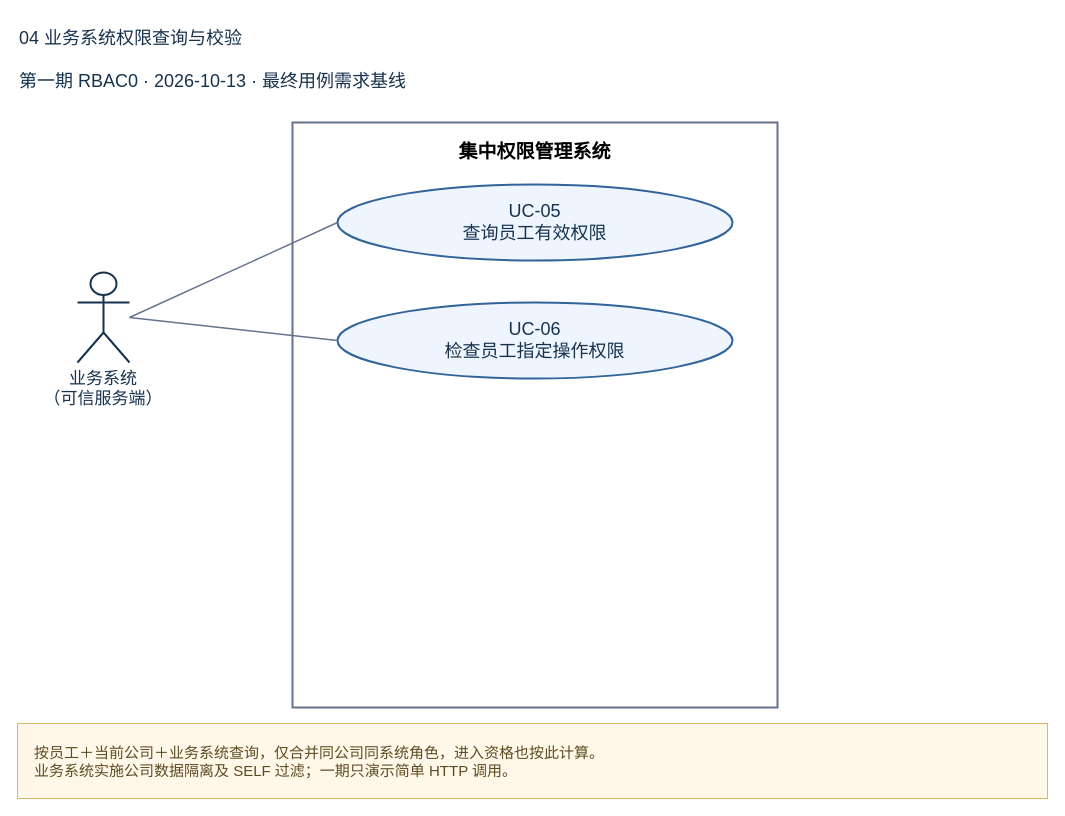
Earlier version of the draw.io diagram page "04 业务系统权限查询与校验" (2 of 2) of docs/按用例分类/UC-06_检查员工指定操作权限/相关用例图.drawio (Noah-hope/RBAC-admin). Source tidied: cells renumbered, new cells numbered last; positions are measured from the earlier drawing's top-left corner, leaving out a move shared by most shapes. Both pictures are drawn from the tidied source at 100%, with x=0, y=0 at pixel (17, 17).
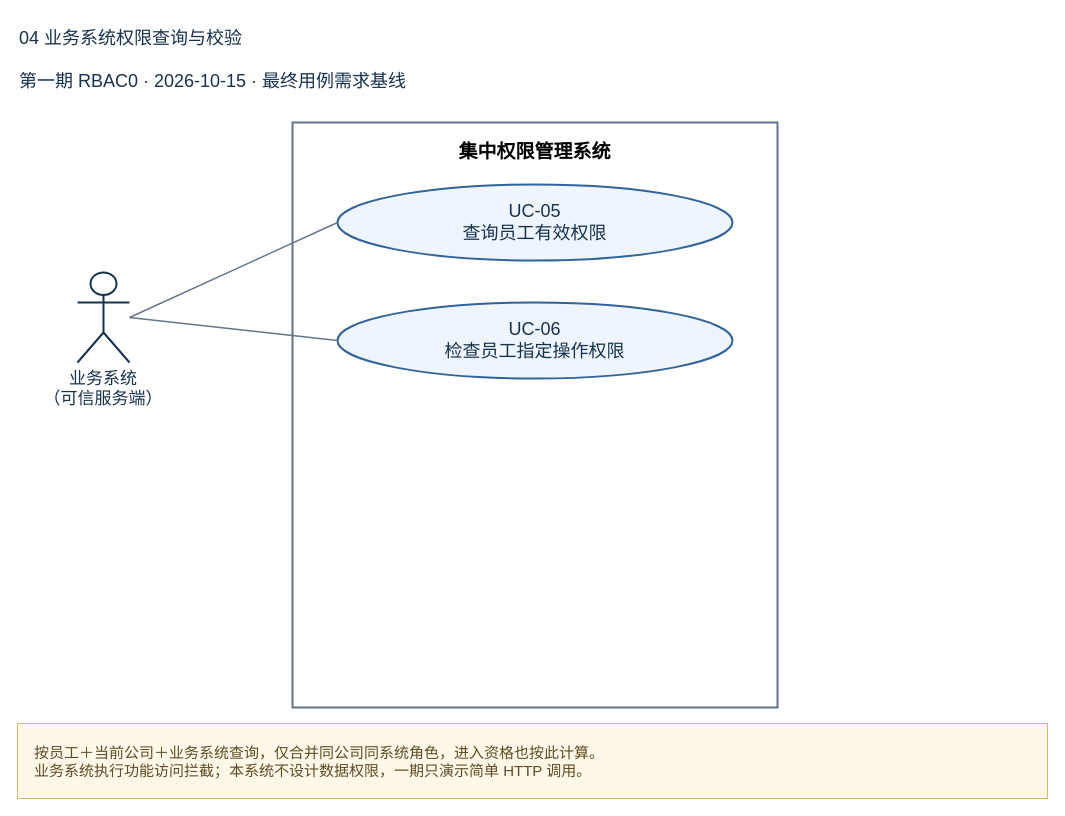
After the change.

Change to the diagram source:
```diff
@@
 <mxGraphModel>
   <root>
     <mxCell id="0" />
     <mxCell id="1" parent="0" />
     <mxCell id="2" value="04 业务系统权限查询与校验" style="text;html=0;align=left;verticalAlign=middle;whiteSpace=wrap;strokeColor=none;fillColor=none;fontSize=18;fontColor=#17324d;" parent="1" vertex="1">
       <mxGeometry width="1030" height="42" as="geometry" />
     </mxCell>
-    <mxCell id="3" value="第一期 RBAC0 · 2026-10-13 · 最终用例需求基线" style="text;html=0;align=left;verticalAlign=middle;whiteSpace=wrap;strokeColor=none;fillColor=none;fontSize=18;fontColor=#17324d;" parent="1" vertex="1">
+    <mxCell id="3" value="第一期 RBAC0 · 2026-10-15 · 最终用例需求基线" style="text;html=0;align=left;verticalAlign=middle;whiteSpace=wrap;strokeColor=none;fillColor=none;fontSize=18;fontColor=#17324d;" parent="1" vertex="1">
       <mxGeometry y="47" width="1030" height="34" as="geometry" />
     </mxCell>
     <mxCell id="4" value="集中权限管理系统" style="rounded=0;html=0;whiteSpace=wrap;fillColor=#ffffff;strokeColor=#64748b;strokeWidth=2;verticalAlign=top;align=center;spacingTop=12;fontStyle=1;fontSize=19;" parent="1" vertex="1">
       <mxGeometry x="275" y="105" width="485" height="585" as="geometry" />
     </mxCell>
     <mxCell id="5" value="UC-05&#10;查询员工有效权限" style="ellipse;html=0;whiteSpace=wrap;fillColor=#eef5ff;strokeColor=#32649a;strokeWidth=2;fontSize=18;fontColor=#17324d;" parent="1" vertex="1">
       <mxGeometry x="320" y="167" width="395" height="76" as="geometry" />
     </mxCell>
     <mxCell id="6" value="UC-06&#10;检查员工指定操作权限" style="ellipse;html=0;whiteSpace=wrap;fillColor=#eef5ff;strokeColor=#32649a;strokeWidth=2;fontSize=18;fontColor=#17324d;" parent="1" vertex="1">
       <mxGeometry x="320" y="285" width="395" height="76" as="geometry" />
     </mxCell>
     <mxCell id="7" value="业务系统&#10;（可信服务端）" style="shape=umlActor;html=0;verticalLabelPosition=bottom;verticalAlign=top;align=center;fillColor=#ffffff;strokeColor=#17324d;strokeWidth=2;fontSize=17;fontColor=#17324d;whiteSpace=wrap;labelWidth=190;" parent="1" vertex="1">
       <mxGeometry x="60" y="255" width="52" height="90" as="geometry" />
     </mxCell>
-    <mxCell id="8" value="按员工＋当前公司＋业务系统查询，仅合并同公司同系统角色，进入资格也按此计算。&#10;业务系统实施公司数据隔离及 SELF 过滤；一期只演示简单 HTTP 调用。" style="rounded=0;html=0;whiteSpace=wrap;align=left;spacingLeft=15;fillColor=#fff8e8;strokeColor=#d7b76a;fontColor=#5e4b24;fontSize=15;" parent="1" vertex="1">
+    <mxCell id="8" value="按员工＋当前公司＋业务系统查询，仅合并同公司同系统角色，进入资格也按此计算。&#10;业务系统执行功能访问拦截；本系统不设计数据权限，一期只演示简单 HTTP 调用。" style="rounded=0;html=0;whiteSpace=wrap;align=left;spacingLeft=15;fillColor=#fff8e8;strokeColor=#d7b76a;fontColor=#5e4b24;fontSize=15;" parent="1" vertex="1">
       <mxGeometry y="706" width="1030" height="75" as="geometry" />
     </mxCell>
     <mxCell id="9" style="html=0;endArrow=none;startArrow=none;strokeColor=#64748b;strokeWidth=1.4;edgeStyle=none;noEdgeStyle=1;curved=0;rounded=0;exitX=1;exitY=0.5;entryX=0;entryY=0.5;exitPerimeter=0;entryPerimeter=0;" parent="1" edge="1" source="7" target="5">
       <mxGeometry relative="1" as="geometry" />
     </mxCell>
     <mxCell id="10" style="html=0;endArrow=none;startArrow=none;strokeColor=#64748b;strokeWidth=1.4;edgeStyle=none;noEdgeStyle=1;curved=0;rounded=0;exitX=1;exitY=0.5;entryX=0;entryY=0.5;exitPerimeter=0;entryPerimeter=0;" parent="1" edge="1" source="7" target="6">
       <mxGeometry relative="1" as="geometry" />
     </mxCell>
   </root>
 </mxGraphModel>
```
